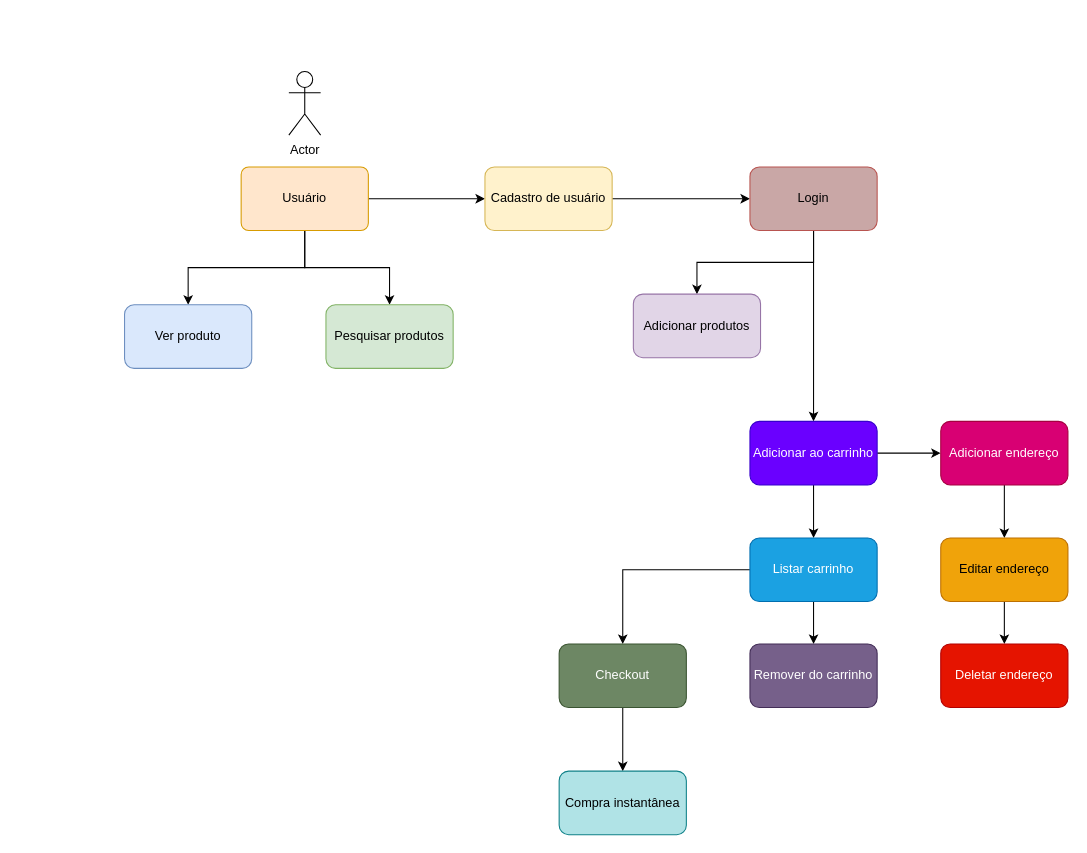
The draw.io diagram diagram/Ecommerce Cart.drawio in mnlpdr/ecommerce-go-sd, before the edit. Source tidied: cells renumbered, new cells numbered last; positions are measured from the earlier drawing's top-left corner, leaving out a move shared by most shapes. Both pictures are drawn from the tidied source at 106%, with x=0, y=0 at pixel (124, 71).
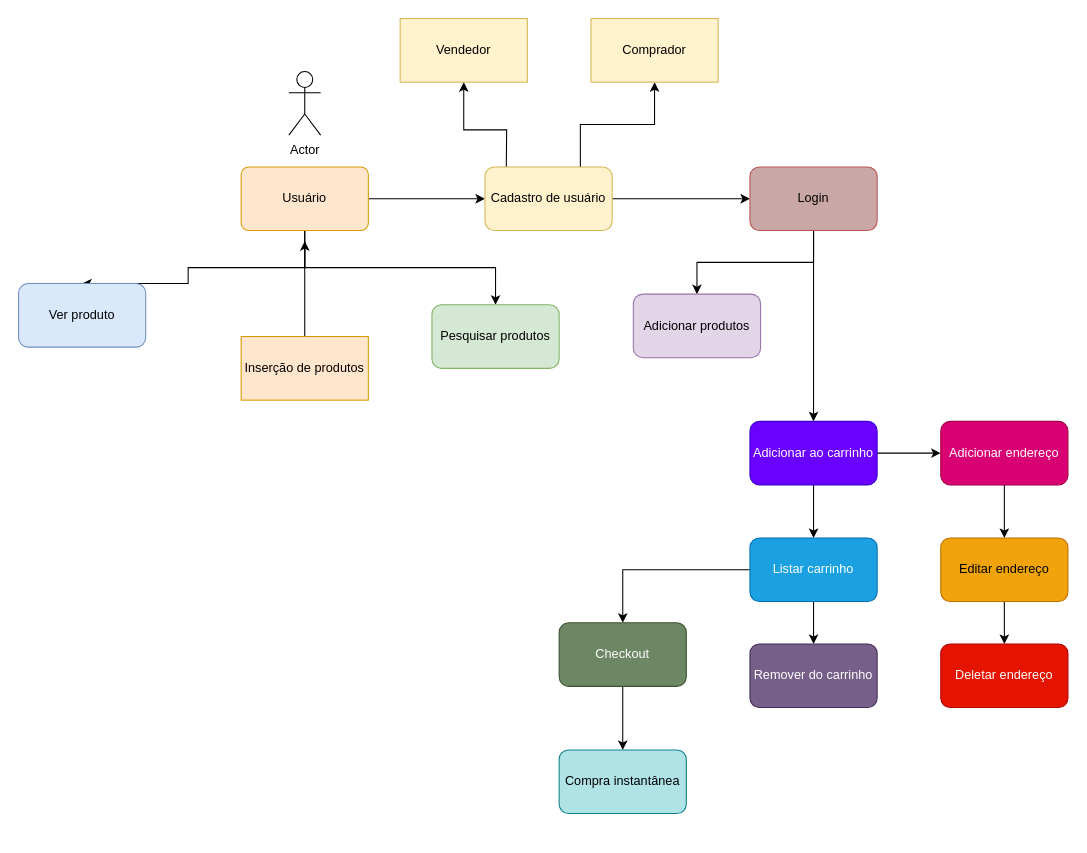
Above is the later version.

Unchanged cells that the change refers to:
```xml
<mxCell id="7" value="Cadastro de usuário" style="rounded=1;whiteSpace=wrap;html=1;fillColor=#fff2cc;strokeColor=#d6b656;" parent="1" vertex="1">
  <mxGeometry x="340" y="90" width="120" height="60" as="geometry" />
</mxCell>
```

Change to the diagram source:
```diff
@@
+    <mxCell id="30" style="edgeStyle=orthogonalEdgeStyle;rounded=0;jettySize=auto;html=1;" parent="1" edge="1" target="32">
+      <mxGeometry relative="1" as="geometry">
+        <mxPoint x="360" y="100" as="sourcePoint" />
+      </mxGeometry>
+    </mxCell>
+    <mxCell id="31" style="edgeStyle=orthogonalEdgeStyle;rounded=0;jettySize=auto;html=1;exitX=0.75;exitY=0;exitDx=0;exitDy=0;entryX=0.5;entryY=1;entryDx=0;entryDy=0;" parent="1" edge="1" source="7" target="33">
+      <mxGeometry relative="1" as="geometry" />
+    </mxCell>
@@
     <mxCell id="11" value="Ver produto" style="rounded=1;whiteSpace=wrap;html=1;fillColor=#dae8fc;strokeColor=#6c8ebf;" parent="1" vertex="1">
-      <mxGeometry y="220" width="120" height="60" as="geometry" />
+      <mxGeometry x="-100" y="200" width="120" height="60" as="geometry" />
     </mxCell>
     <mxCell id="12" value="Pesquisar produtos" style="rounded=1;whiteSpace=wrap;html=1;fillColor=#d5e8d4;strokeColor=#82b366;" parent="1" vertex="1">
-      <mxGeometry x="190" y="220" width="120" height="60" as="geometry" />
+      <mxGeometry x="290" y="220" width="120" height="60" as="geometry" />
     </mxCell>
@@
     <mxCell id="25" value="Checkout" style="rounded=1;whiteSpace=wrap;html=1;fillColor=#6d8764;fontColor=#ffffff;strokeColor=#3A5431;" parent="1" vertex="1">
-      <mxGeometry x="410" y="540" width="120" height="60" as="geometry" />
+      <mxGeometry x="410" y="520" width="120" height="60" as="geometry" />
     </mxCell>
@@
     <mxCell id="28" value="Compra instantânea" style="rounded=1;whiteSpace=wrap;html=1;fillColor=#b0e3e6;strokeColor=#0e8088;" parent="1" vertex="1">
-      <mxGeometry x="410" y="660" width="120" height="60" as="geometry" />
+      <mxGeometry x="410" y="640" width="120" height="60" as="geometry" />
     </mxCell>
@@
+    <mxCell id="32" value="Vendedor&lt;br&gt;" style="rounded=0;whiteSpace=wrap;html=1;fillColor=#fff2cc;strokeColor=#d6b656;" parent="1" vertex="1">
+      <mxGeometry x="260" y="-50" width="120" height="60" as="geometry" />
+    </mxCell>
+    <mxCell id="33" value="Comprador&lt;br&gt;" style="rounded=0;whiteSpace=wrap;html=1;fillColor=#fff2cc;strokeColor=#d6b656;" parent="1" vertex="1">
+      <mxGeometry x="440" y="-50" width="120" height="60" as="geometry" />
+    </mxCell>
+    <mxCell id="34" style="edgeStyle=orthogonalEdgeStyle;rounded=0;jettySize=auto;html=1;" parent="1" edge="1" source="35">
+      <mxGeometry relative="1" as="geometry">
+        <mxPoint x="170" y="160" as="targetPoint" />
+      </mxGeometry>
+    </mxCell>
+    <mxCell id="35" value="Inserção de produtos" style="rounded=0;whiteSpace=wrap;html=1;fillColor=#ffe6cc;strokeColor=#d79b00;" parent="1" vertex="1">
+      <mxGeometry x="110" y="250" width="120" height="60" as="geometry" />
+    </mxCell>
```
